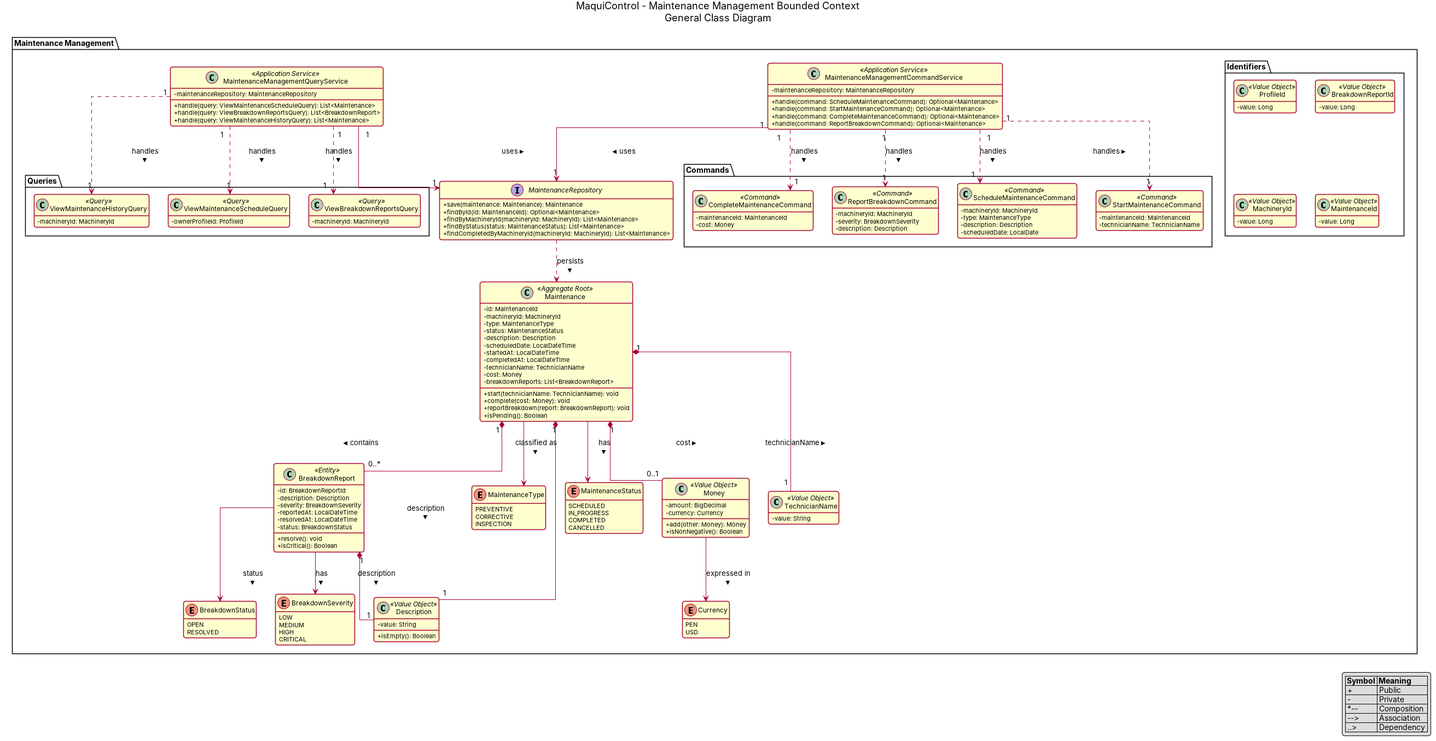
Before: assets/maintenance-management-class-diagram.png, a diagram exported from PlantUML (upc-pre-202620-1asi0729-7750-heavytech/maquicontrol-report). Its source is kept beside it as docs/architecture/classes/maintenance-management-class-diagram.puml.
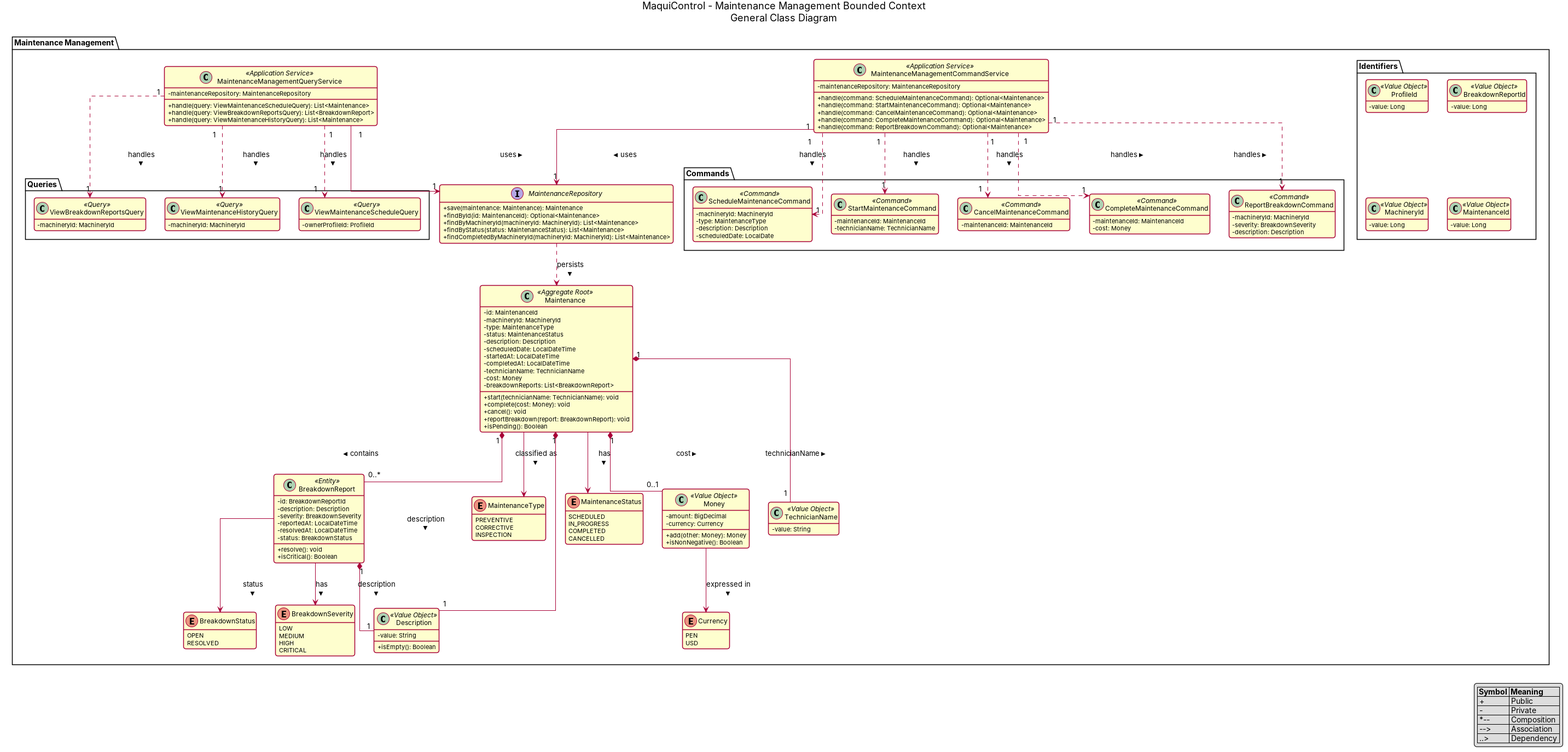
Above is the later version.

Commit message:
docs(classes): add cancel maintenance command to the maintenance class diagram

The edit, as a diff of the source:
```diff
@@ -24,6 +24,7 @@
     - breakdownReports: List<BreakdownReport>
     + start(technicianName: TechnicianName): void
     + complete(cost: Money): void
+    + cancel(): void
     + reportBreakdown(report: BreakdownReport): void
     + isPending(): Boolean
   }
@@ -83,6 +84,7 @@
     - maintenanceRepository: MaintenanceRepository
     + handle(command: ScheduleMaintenanceCommand): Optional<Maintenance>
     + handle(command: StartMaintenanceCommand): Optional<Maintenance>
+    + handle(command: CancelMaintenanceCommand): Optional<Maintenance>
     + handle(command: CompleteMaintenanceCommand): Optional<Maintenance>
     + handle(command: ReportBreakdownCommand): Optional<Maintenance>
   }
@@ -104,6 +106,9 @@
     class StartMaintenanceCommand <<Command>> {
       - maintenanceId: MaintenanceId
       - technicianName: TechnicianName
+    }
+    class CancelMaintenanceCommand <<Command>> {
+      - maintenanceId: MaintenanceId
     }
     class CompleteMaintenanceCommand <<Command>> {
       - maintenanceId: MaintenanceId
@@ -175,6 +180,7 @@
 
 MaintenanceManagementCommandService "1" ..> "1" ScheduleMaintenanceCommand : handles >
 MaintenanceManagementCommandService "1" ..> "1" StartMaintenanceCommand : handles >
+MaintenanceManagementCommandService "1" ..> "1" CancelMaintenanceCommand : handles >
 MaintenanceManagementCommandService "1" ..> "1" CompleteMaintenanceCommand : handles >
 MaintenanceManagementCommandService "1" ..> "1" ReportBreakdownCommand : handles >
 MaintenanceManagementQueryService "1" ..> "1" ViewMaintenanceScheduleQuery : handles >
```
